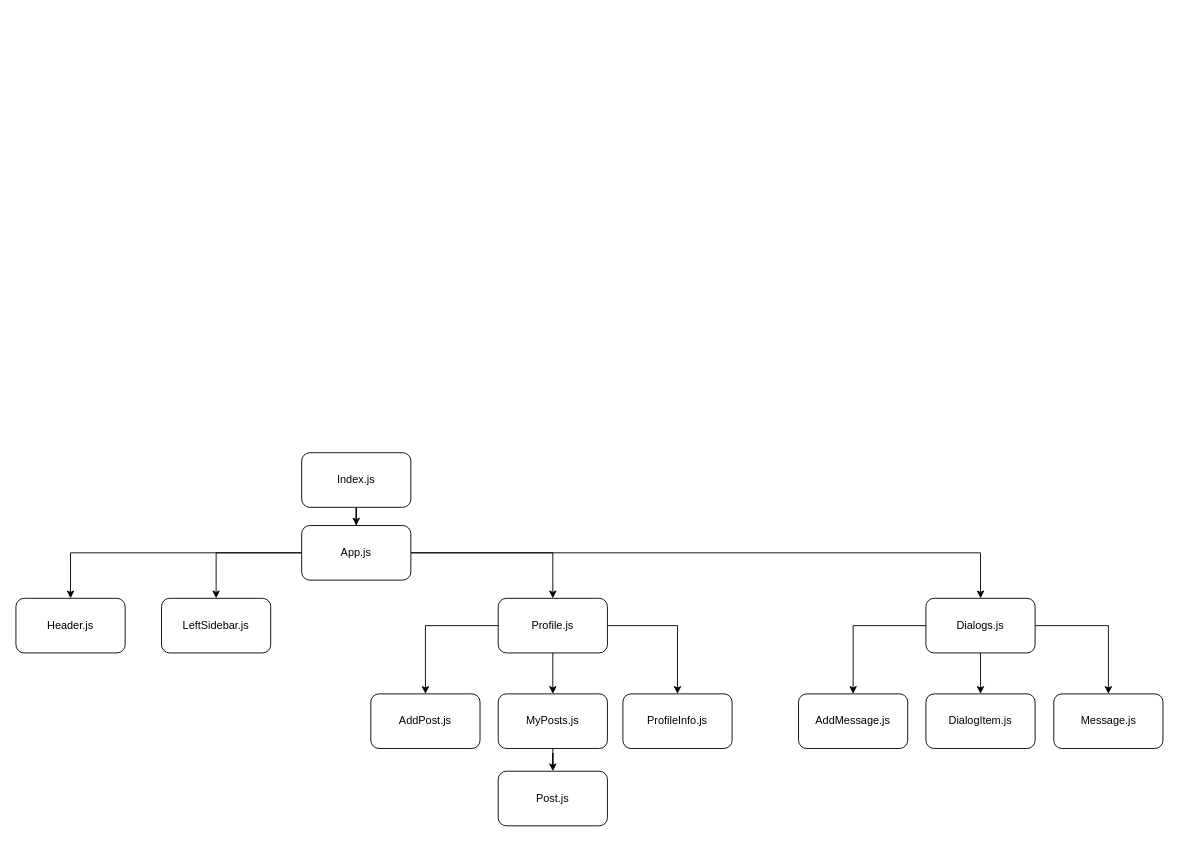
The draw.io diagram React-components tree.drawio in ayratkin/react-social-network, before the edit. Source tidied: cells renumbered, new cells numbered last; positions are measured from the earlier drawing's top-left corner, leaving out a move shared by most shapes. Both pictures are drawn from the tidied source at 91%, with x=0, y=0 at pixel (15, 452).
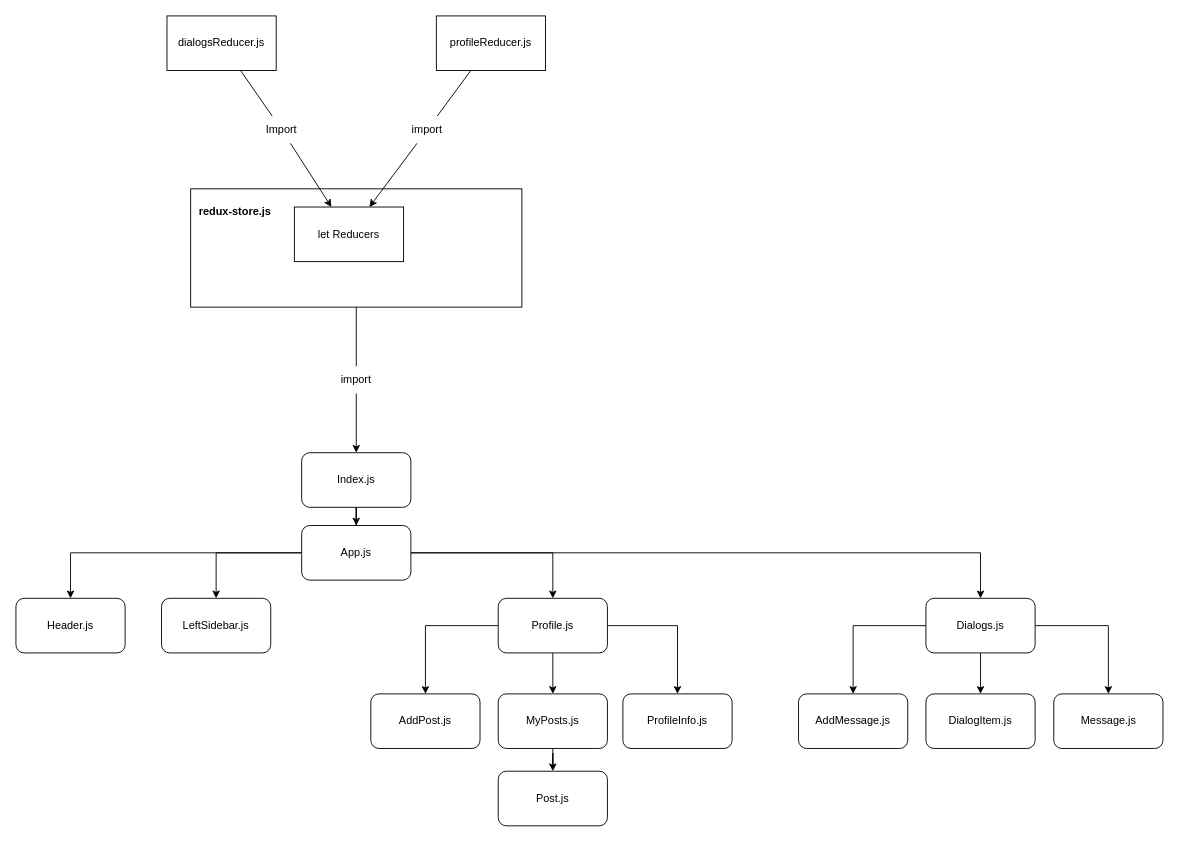
After the change.

The change refers to these unchanged cells:
```xml
<mxCell id="3" value="Index.js" style="rounded=1;whiteSpace=wrap;html=1;" parent="1" vertex="1">
  <mxGeometry x="314" width="120" height="60" as="geometry" />
</mxCell>
```

Diff of the diagram source:
```diff
@@
+    <mxCell id="27" value="profileReducer.js" style="rounded=0;whiteSpace=wrap;html=1;" parent="1" vertex="1">
+      <mxGeometry x="462" y="-480" width="120" height="60" as="geometry" />
+    </mxCell>
+    <mxCell id="28" style="endArrow=none;html=1;rounded=0;" parent="1" edge="1" source="27" target="36">
+      <mxGeometry relative="1" as="geometry" />
+    </mxCell>
+    <mxCell id="29" value="Import" style="text;html=1;strokeColor=none;fillColor=none;align=center;verticalAlign=middle;whiteSpace=wrap;rounded=0;" parent="1" vertex="1">
+      <mxGeometry x="262" y="-370" width="60" height="30" as="geometry" />
+    </mxCell>
+    <mxCell id="30" style="rounded=0;whiteSpace=wrap;html=1;" parent="1" vertex="1">
+      <mxGeometry x="192" y="-290" width="364" height="130" as="geometry" />
+    </mxCell>
+    <mxCell id="31" value="dialogsReducer.js" style="rounded=0;whiteSpace=wrap;html=1;" parent="1" vertex="1">
+      <mxGeometry x="166" y="-480" width="120" height="60" as="geometry" />
+    </mxCell>
+    <mxCell id="32" style="endArrow=none;html=1;rounded=0;" parent="1" edge="1" source="31" target="29">
+      <mxGeometry relative="1" as="geometry" />
+    </mxCell>
+    <mxCell id="33" value="let Reducers" style="rounded=0;whiteSpace=wrap;html=1;" parent="1" vertex="1">
+      <mxGeometry x="306" y="-270" width="120" height="60" as="geometry" />
+    </mxCell>
+    <mxCell id="34" style="endArrow=classic;html=1;rounded=0;startArrow=none;" parent="1" edge="1" source="29" target="33">
+      <mxGeometry relative="1" as="geometry" />
+    </mxCell>
+    <mxCell id="35" style="endArrow=classic;html=1;rounded=0;startArrow=none;" parent="1" edge="1" source="36" target="33">
+      <mxGeometry relative="1" as="geometry" />
+    </mxCell>
+    <mxCell id="36" value="import" style="text;html=1;strokeColor=none;fillColor=none;align=center;verticalAlign=middle;whiteSpace=wrap;rounded=0;" parent="1" vertex="1">
+      <mxGeometry x="422" y="-370" width="60" height="30" as="geometry" />
+    </mxCell>
+    <mxCell id="37" value="&lt;b&gt;redux-store.js&lt;/b&gt;" style="text;html=1;strokeColor=none;fillColor=none;align=center;verticalAlign=middle;whiteSpace=wrap;rounded=0;" parent="1" vertex="1">
+      <mxGeometry x="186" y="-290" width="110" height="50" as="geometry" />
+    </mxCell>
+    <mxCell id="38" style="endArrow=classic;html=1;rounded=0;startArrow=none;" parent="1" edge="1" source="39" target="3">
+      <mxGeometry relative="1" as="geometry" />
+    </mxCell>
+    <mxCell id="39" value="import" style="text;html=1;strokeColor=none;fillColor=none;align=center;verticalAlign=middle;whiteSpace=wrap;rounded=0;" parent="1" vertex="1">
+      <mxGeometry x="344" y="-95" width="60" height="30" as="geometry" />
+    </mxCell>
+    <mxCell id="40" style="endArrow=none;html=1;rounded=0;" parent="1" edge="1" source="30" target="39">
+      <mxGeometry relative="1" as="geometry" />
+    </mxCell>
```
